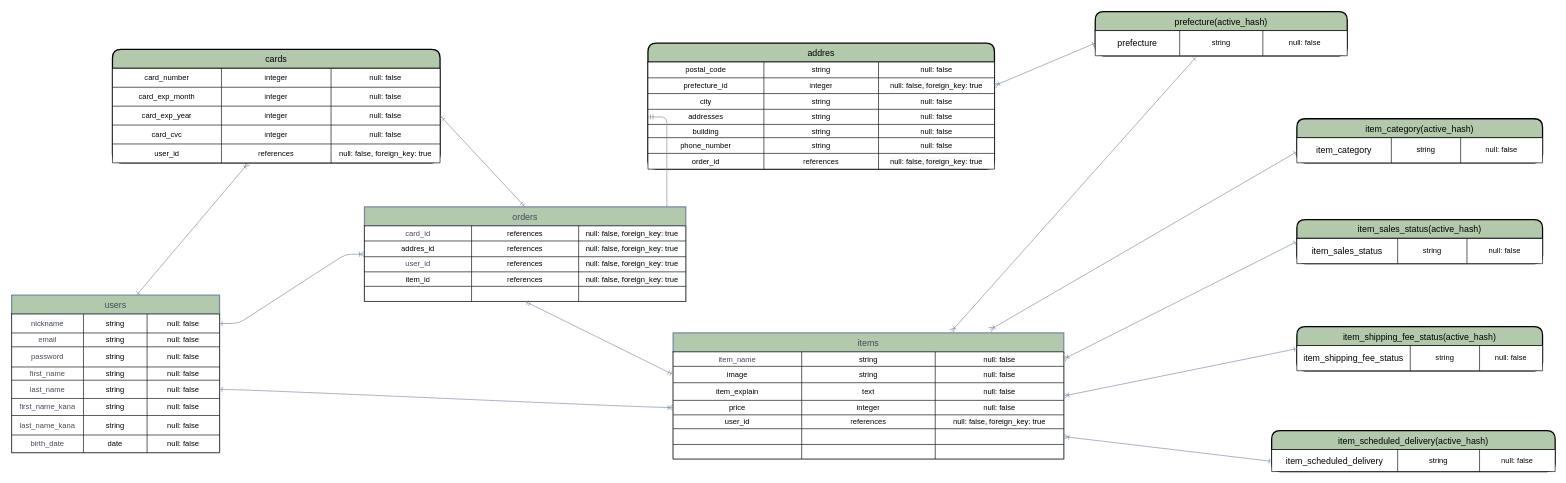
Earlier version of the draw.io diagram db/Furima Diagram.drawio (d-michi/furima-29785). Source tidied: cells renumbered, new cells numbered last; positions are measured from the earlier drawing's top-left corner, leaving out a move shared by most shapes. Both pictures are drawn from the tidied source at 63%, with x=0, y=0 at pixel (11, 11).
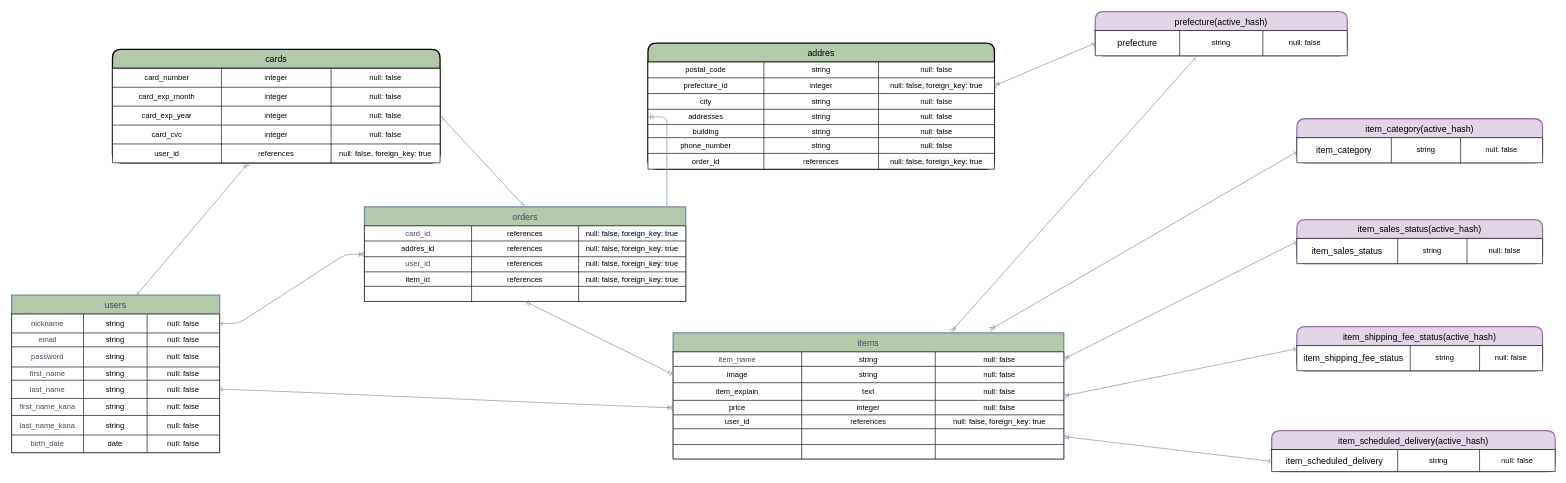
The same page after the edit.

Commit message (it also covers changes not shown here):
Furima Diagram.drawio を更新します

Change to the diagram source:
```diff
@@
-    <mxCell id="146" value="item_scheduled_delivery(active_hash)" style="swimlane;horizontal=1;startSize=30;rounded=1;fontSize=14;fontStyle=0;strokeWidth=2;shadow=0;dashed=0;align=center;fillColor=#B2C9AB;" parent="1" vertex="1">
+    <mxCell id="146" value="item_scheduled_delivery(active_hash)" style="swimlane;horizontal=1;startSize=30;rounded=1;fontSize=14;fontStyle=0;strokeWidth=2;shadow=0;dashed=0;align=center;fillColor=#e1d5e7;strokeColor=#9673a6;" parent="1" vertex="1">
       <mxGeometry x="2000" y="665" width="450" height="65" as="geometry" />
     </mxCell>
@@
-    <mxCell id="152" value="item_shipping_fee_status(active_hash)" style="swimlane;horizontal=1;startSize=30;rounded=1;fontSize=14;fontStyle=0;strokeWidth=2;shadow=0;dashed=0;align=center;fillColor=#B2C9AB;" parent="1" vertex="1">
+    <mxCell id="152" value="item_shipping_fee_status(active_hash)" style="swimlane;horizontal=1;startSize=30;rounded=1;fontSize=14;fontStyle=0;strokeWidth=2;shadow=0;dashed=0;align=center;fillColor=#e1d5e7;strokeColor=#9673a6;" parent="1" vertex="1">
       <mxGeometry x="2040" y="500" width="390" height="70" as="geometry" />
     </mxCell>
@@
-    <mxCell id="158" value="item_sales_status(active_hash)" style="swimlane;horizontal=1;startSize=30;rounded=1;fontSize=14;fontStyle=0;strokeWidth=2;shadow=0;dashed=0;align=center;fillColor=#B2C9AB;" parent="1" vertex="1">
+    <mxCell id="158" value="item_sales_status(active_hash)" style="swimlane;horizontal=1;startSize=30;rounded=1;fontSize=14;fontStyle=0;strokeWidth=2;shadow=0;dashed=0;align=center;fillColor=#e1d5e7;strokeColor=#9673a6;" parent="1" vertex="1">
       <mxGeometry x="2040" y="330" width="390" height="70" as="geometry" />
     </mxCell>
@@
-    <mxCell id="164" value="item_category(active_hash)" style="swimlane;horizontal=1;startSize=30;rounded=1;fontSize=14;fontStyle=0;strokeWidth=2;shadow=0;dashed=0;align=center;fillColor=#B2C9AB;" parent="1" vertex="1">
+    <mxCell id="164" value="item_category(active_hash)" style="swimlane;horizontal=1;startSize=30;rounded=1;fontSize=14;fontStyle=0;strokeWidth=2;shadow=0;dashed=0;align=center;fillColor=#e1d5e7;strokeColor=#9673a6;" parent="1" vertex="1">
       <mxGeometry x="2040" y="170" width="390" height="70" as="geometry" />
     </mxCell>
@@
-    <mxCell id="176" value="prefecture(active_hash)" style="swimlane;horizontal=1;startSize=30;rounded=1;fontSize=14;fontStyle=0;strokeWidth=2;shadow=0;dashed=0;align=center;fillColor=#B2C9AB;" parent="1" vertex="1">
+    <mxCell id="176" value="prefecture(active_hash)" style="swimlane;horizontal=1;startSize=30;rounded=1;fontSize=14;fontStyle=0;strokeWidth=2;shadow=0;dashed=0;align=center;fillColor=#e1d5e7;strokeColor=#9673a6;" parent="1" vertex="1">
       <mxGeometry x="1720" width="400" height="70" as="geometry" />
     </mxCell>
```
